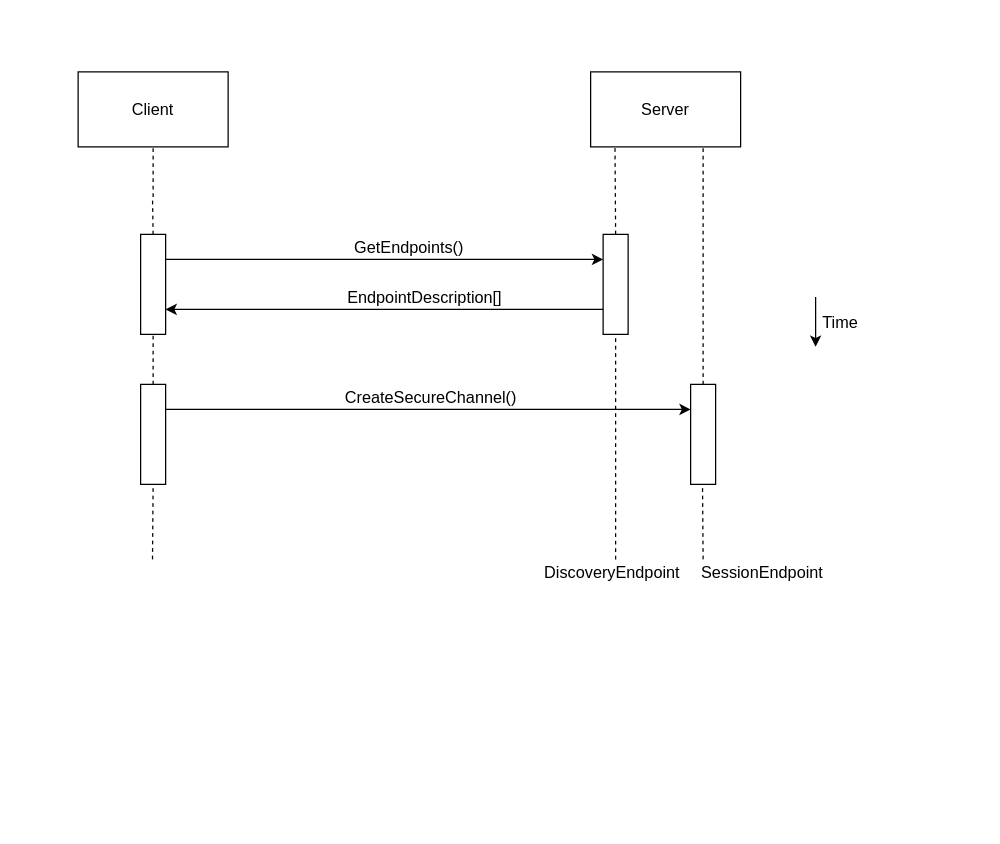
This is Untitled Diagram.drawio from RakshanPremsagar/Thesis, a draw.io file, before an edit. Source tidied: cells renumbered, new cells numbered last; positions are measured from the earlier drawing's top-left corner, leaving out a move shared by most shapes. Both pictures are drawn from the tidied source at 125%, with x=0, y=0 at pixel (78, 71).
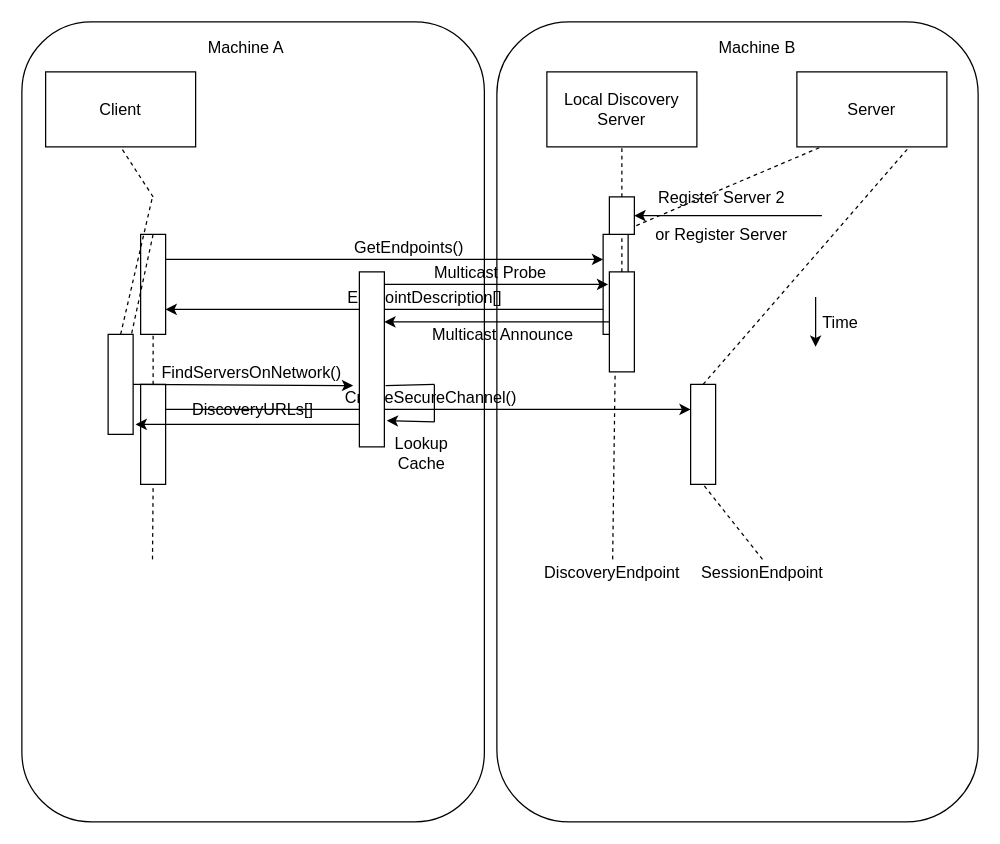
The same diagram, later.

The change refers to these unchanged cells:
```xml
<mxCell id="5" style="rounded=0;whiteSpace=wrap;html=1;fontSize=13;" parent="1" vertex="1">
  <mxGeometry x="50" y="130" width="20" height="80" as="geometry" />
</mxCell>
<mxCell id="6" style="rounded=0;whiteSpace=wrap;html=1;fontSize=13;" parent="1" vertex="1">
  <mxGeometry x="420" y="130" width="20" height="80" as="geometry" />
</mxCell>
<mxCell id="7" style="rounded=0;whiteSpace=wrap;html=1;fontSize=13;" parent="1" vertex="1">
  <mxGeometry x="50" y="250" width="20" height="80" as="geometry" />
</mxCell>
<mxCell id="8" style="rounded=0;whiteSpace=wrap;html=1;fontSize=13;" parent="1" vertex="1">
  <mxGeometry x="490" y="250" width="20" height="80" as="geometry" />
</mxCell>
<mxCell id="23" value="DiscoveryEndpoint" style="text;html=1;strokeColor=none;fillColor=none;align=center;verticalAlign=middle;whiteSpace=wrap;rounded=0;fontSize=13;" parent="1" vertex="1">
  <mxGeometry x="370" y="390" width="115" height="20" as="geometry" />
</mxCell>
<mxCell id="24" value="SessionEndpoint" style="text;html=1;strokeColor=none;fillColor=none;align=center;verticalAlign=middle;whiteSpace=wrap;rounded=0;fontSize=13;" parent="1" vertex="1">
  <mxGeometry x="490" y="390" width="115" height="20" as="geometry" />
</mxCell>
```

Diff of the diagram source:
```diff
@@
+    <mxCell id="26" style="rounded=1;whiteSpace=wrap;html=1;fontSize=13;" parent="1" vertex="1">
+      <mxGeometry x="335" y="-40" width="385" height="640" as="geometry" />
+    </mxCell>
+    <mxCell id="27" style="rounded=1;whiteSpace=wrap;html=1;fontSize=13;" parent="1" vertex="1">
+      <mxGeometry x="-45" y="-40" width="370" height="640" as="geometry" />
+    </mxCell>
     <mxCell id="2" value="Client" style="rounded=0;whiteSpace=wrap;html=1;fontSize=13;" parent="1" vertex="1">
-      <mxGeometry width="120" height="60" as="geometry" />
+      <mxGeometry x="-26" width="120" height="60" as="geometry" />
     </mxCell>
     <mxCell id="3" value="Server" style="rounded=0;whiteSpace=wrap;html=1;fontSize=13;" parent="1" vertex="1">
-      <mxGeometry x="410" width="120" height="60" as="geometry" />
+      <mxGeometry x="575" width="120" height="60" as="geometry" />
     </mxCell>
@@
     <mxCell id="9" style="endArrow=none;dashed=1;html=1;entryX=0.5;entryY=1;entryDx=0;entryDy=0;fontSize=13;exitX=0.5;exitY=0;exitDx=0;exitDy=0;" parent="1" edge="1" source="6">
       <mxGeometry relative="1" as="geometry">
-        <mxPoint x="429.5" y="60" as="targetPoint" />
+        <mxPoint x="594.5" y="60" as="targetPoint" />
       </mxGeometry>
     </mxCell>
@@
-    <mxCell id="11" style="endArrow=none;dashed=1;html=1;entryX=0.5;entryY=1;entryDx=0;entryDy=0;exitX=0.5;exitY=0;exitDx=0;exitDy=0;fontSize=13;" parent="1" edge="1" target="7">
+    <mxCell id="11" style="endArrow=none;dashed=1;html=1;entryX=0.5;entryY=1;entryDx=0;entryDy=0;fontSize=13;" parent="1" edge="1" target="7">
       <mxGeometry relative="1" as="geometry">
         <mxPoint x="59.5" y="390" as="sourcePoint" />
       </mxGeometry>
     </mxCell>
-    <mxCell id="12" style="endArrow=none;dashed=1;html=1;entryX=0.5;entryY=1;entryDx=0;entryDy=0;fontSize=13;" parent="1" edge="1" target="6">
-      <mxGeometry relative="1" as="geometry">
-        <mxPoint x="430" y="390" as="sourcePoint" />
-      </mxGeometry>
+    <mxCell id="12" style="endArrow=none;dashed=1;html=1;entryX=0.5;entryY=1;entryDx=0;entryDy=0;fontSize=13;" parent="1" edge="1" source="23" target="6">
+      <mxGeometry relative="1" as="geometry" />
     </mxCell>
@@
-    <mxCell id="14" style="endArrow=none;dashed=1;html=1;entryX=0.75;entryY=1;entryDx=0;entryDy=0;fontSize=13;" parent="1" edge="1">
-      <mxGeometry relative="1" as="geometry">
-        <mxPoint x="500" y="390" as="sourcePoint" />
-        <mxPoint x="499.5" y="330" as="targetPoint" />
-      </mxGeometry>
-    </mxCell>
@@
-    <mxCell id="25" style="endArrow=none;dashed=1;html=1;entryX=0.5;entryY=1;entryDx=0;entryDy=0;fontSize=13;" parent="1" edge="1">
+    <mxCell id="25" style="endArrow=none;dashed=1;html=1;fontSize=13;exitX=0.5;exitY=0;exitDx=0;exitDy=0;" parent="1" edge="1" source="34">
       <mxGeometry relative="1" as="geometry">
-        <mxPoint x="60" y="130" as="sourcePoint" />
         <mxPoint x="59.5" y="100" as="targetPoint" />
       </mxGeometry>
     </mxCell>
+    <mxCell id="28" value="Local Discovery Server" style="rounded=0;whiteSpace=wrap;html=1;fontSize=13;" parent="1" vertex="1">
+      <mxGeometry x="375" width="120" height="60" as="geometry" />
+    </mxCell>
+    <mxCell id="29" style="endArrow=none;dashed=1;html=1;entryX=0.5;entryY=1;entryDx=0;entryDy=0;fontSize=13;exitX=0.5;exitY=0;exitDx=0;exitDy=0;" parent="1" edge="1" source="30" target="28">
+      <mxGeometry relative="1" as="geometry" />
+    </mxCell>
+    <mxCell id="30" style="rounded=0;whiteSpace=wrap;html=1;fontSize=13;" parent="1" vertex="1">
+      <mxGeometry x="425" y="100" width="20" height="30" as="geometry" />
+    </mxCell>
+    <mxCell id="31" style="rounded=0;whiteSpace=wrap;html=1;fontSize=13;" parent="1" vertex="1">
+      <mxGeometry x="425" y="160" width="20" height="80" as="geometry" />
+    </mxCell>
+    <mxCell id="32" style="endArrow=none;dashed=1;html=1;entryX=0.5;entryY=1;entryDx=0;entryDy=0;fontSize=13;exitX=0.5;exitY=0;exitDx=0;exitDy=0;" parent="1" edge="1" source="31" target="30">
+      <mxGeometry relative="1" as="geometry" />
+    </mxCell>
+    <mxCell id="33" style="rounded=0;whiteSpace=wrap;html=1;fontSize=13;" parent="1" vertex="1">
+      <mxGeometry x="225" y="160" width="20" height="140" as="geometry" />
+    </mxCell>
+    <mxCell id="34" style="rounded=0;whiteSpace=wrap;html=1;fontSize=13;" parent="1" vertex="1">
+      <mxGeometry x="24" y="210" width="20" height="80" as="geometry" />
+    </mxCell>
+    <mxCell id="35" style="endArrow=none;dashed=1;html=1;fontSize=13;exitX=0.5;exitY=0;exitDx=0;exitDy=0;" parent="1" edge="1" source="5" target="34">
+      <mxGeometry relative="1" as="geometry" />
+    </mxCell>
+    <mxCell id="36" style="endArrow=classic;html=1;fontSize=13;entryX=1;entryY=0.5;entryDx=0;entryDy=0;" parent="1" edge="1" target="30">
+      <mxGeometry relative="1" as="geometry">
+        <mxPoint x="595" y="115" as="sourcePoint" />
+      </mxGeometry>
+    </mxCell>
+    <mxCell id="37" style="endArrow=classic;html=1;fontSize=13;entryX=1;entryY=0.5;entryDx=0;entryDy=0;exitX=0;exitY=0.5;exitDx=0;exitDy=0;" parent="1" edge="1" source="31">
+      <mxGeometry relative="1" as="geometry">
+        <mxPoint x="245" y="200" as="targetPoint" />
+      </mxGeometry>
+    </mxCell>
+    <mxCell id="38" style="endArrow=classic;html=1;fontSize=13;entryX=-0.05;entryY=0.125;entryDx=0;entryDy=0;entryPerimeter=0;" parent="1" edge="1" target="31">
+      <mxGeometry relative="1" as="geometry">
+        <mxPoint x="245" y="170" as="sourcePoint" />
+      </mxGeometry>
+    </mxCell>
+    <mxCell id="39" style="endArrow=classic;html=1;fontSize=13;exitX=1;exitY=0.5;exitDx=0;exitDy=0;entryX=-0.25;entryY=0.65;entryDx=0;entryDy=0;entryPerimeter=0;" parent="1" edge="1" source="34" target="33">
+      <mxGeometry relative="1" as="geometry" />
+    </mxCell>
+    <mxCell id="40" style="endArrow=none;html=1;fontSize=13;exitX=1.05;exitY=0.65;exitDx=0;exitDy=0;exitPerimeter=0;" parent="1" edge="1" source="33">
+      <mxGeometry relative="1" as="geometry">
+        <mxPoint x="285" y="250" as="targetPoint" />
+      </mxGeometry>
+    </mxCell>
+    <mxCell id="41" style="endArrow=none;html=1;fontSize=13;" parent="1" edge="1">
+      <mxGeometry relative="1" as="geometry">
+        <mxPoint x="285" y="280" as="sourcePoint" />
+        <mxPoint x="285" y="250" as="targetPoint" />
+      </mxGeometry>
+    </mxCell>
+    <mxCell id="42" style="endArrow=classic;html=1;fontSize=13;entryX=1.1;entryY=0.85;entryDx=0;entryDy=0;entryPerimeter=0;" parent="1" edge="1" target="33">
+      <mxGeometry relative="1" as="geometry">
+        <mxPoint x="285" y="280" as="sourcePoint" />
+      </mxGeometry>
+    </mxCell>
+    <mxCell id="43" style="endArrow=classic;html=1;fontSize=13;entryX=1.1;entryY=0.9;entryDx=0;entryDy=0;entryPerimeter=0;exitX=0;exitY=0.871;exitDx=0;exitDy=0;exitPerimeter=0;" parent="1" edge="1" source="33" target="34">
+      <mxGeometry relative="1" as="geometry" />
+    </mxCell>
+    <mxCell id="44" value="Machine A" style="text;html=1;strokeColor=none;fillColor=none;align=center;verticalAlign=middle;whiteSpace=wrap;rounded=0;fontSize=13;" parent="1" vertex="1">
+      <mxGeometry x="94" y="-30" width="81" height="20" as="geometry" />
+    </mxCell>
+    <mxCell id="45" value="Machine B" style="text;html=1;strokeColor=none;fillColor=none;align=center;verticalAlign=middle;whiteSpace=wrap;rounded=0;fontSize=13;" parent="1" vertex="1">
+      <mxGeometry x="503" y="-30" width="81" height="20" as="geometry" />
+    </mxCell>
+    <mxCell id="46" style="endArrow=none;dashed=1;html=1;entryX=0.5;entryY=1;entryDx=0;entryDy=0;fontSize=13;exitX=0.5;exitY=0;exitDx=0;exitDy=0;" parent="1" edge="1" source="24" target="8">
+      <mxGeometry relative="1" as="geometry" />
+    </mxCell>
+    <mxCell id="47" value="Register Server 2" style="text;html=1;strokeColor=none;fillColor=none;align=center;verticalAlign=middle;whiteSpace=wrap;rounded=0;fontSize=13;" parent="1" vertex="1">
+      <mxGeometry x="460" y="90" width="110" height="20" as="geometry" />
+    </mxCell>
+    <mxCell id="48" value="or Register Server " style="text;html=1;strokeColor=none;fillColor=none;align=center;verticalAlign=middle;whiteSpace=wrap;rounded=0;fontSize=13;" parent="1" vertex="1">
+      <mxGeometry x="460" y="120" width="110" height="20" as="geometry" />
+    </mxCell>
+    <mxCell id="49" value="Multicast Probe" style="text;html=1;strokeColor=none;fillColor=none;align=center;verticalAlign=middle;whiteSpace=wrap;rounded=0;fontSize=13;" parent="1" vertex="1">
+      <mxGeometry x="260" y="150" width="140" height="20" as="geometry" />
+    </mxCell>
+    <mxCell id="50" value="Multicast Announce" style="text;html=1;strokeColor=none;fillColor=none;align=center;verticalAlign=middle;whiteSpace=wrap;rounded=0;fontSize=13;" parent="1" vertex="1">
+      <mxGeometry x="260" y="200" width="160" height="20" as="geometry" />
+    </mxCell>
+    <mxCell id="51" value="Lookup Cache" style="text;html=1;strokeColor=none;fillColor=none;align=center;verticalAlign=middle;whiteSpace=wrap;rounded=0;fontSize=13;" parent="1" vertex="1">
+      <mxGeometry x="245" y="290" width="60" height="30" as="geometry" />
+    </mxCell>
+    <mxCell id="52" value="FindServersOnNetwork()" style="text;html=1;strokeColor=none;fillColor=none;align=center;verticalAlign=middle;whiteSpace=wrap;rounded=0;fontSize=13;" parent="1" vertex="1">
+      <mxGeometry x="84" y="230" width="110" height="20" as="geometry" />
+    </mxCell>
+    <mxCell id="53" value="DiscoveryURLs[]" style="text;html=1;strokeColor=none;fillColor=none;align=center;verticalAlign=middle;whiteSpace=wrap;rounded=0;fontSize=13;" parent="1" vertex="1">
+      <mxGeometry x="85" y="260" width="110" height="20" as="geometry" />
+    </mxCell>
```
